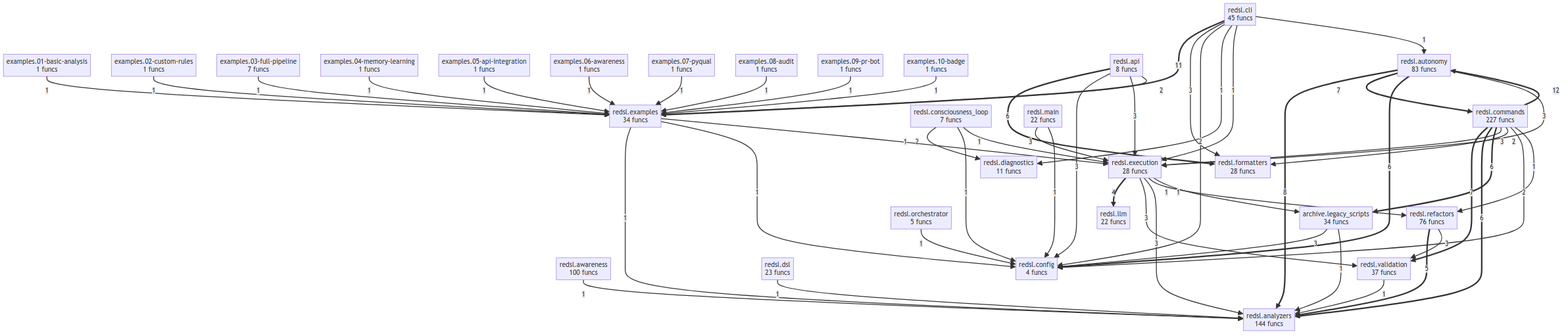
The Mermaid diagram project/compact_flow.png in semcod/redsl, before a commit. Its source is kept beside it as project/compact_flow.mmd.
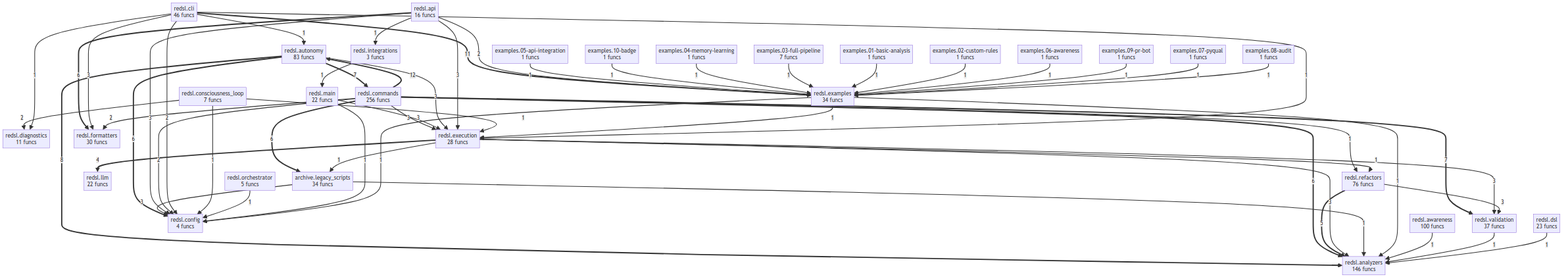
After the commit.

The edit, as a diff of the source:
```diff
@@ -10,19 +10,20 @@
     examples__08_audit["examples.08-audit<br/>1 funcs"]
     examples__09_pr_bot["examples.09-pr-bot<br/>1 funcs"]
     examples__10_badge["examples.10-badge<br/>1 funcs"]
-    redsl__analyzers["redsl.analyzers<br/>144 funcs"]
-    redsl__api["redsl.api<br/>8 funcs"]
+    redsl__analyzers["redsl.analyzers<br/>146 funcs"]
+    redsl__api["redsl.api<br/>16 funcs"]
     redsl__autonomy["redsl.autonomy<br/>83 funcs"]
     redsl__awareness["redsl.awareness<br/>100 funcs"]
-    redsl__cli["redsl.cli<br/>45 funcs"]
-    redsl__commands["redsl.commands<br/>227 funcs"]
+    redsl__cli["redsl.cli<br/>46 funcs"]
+    redsl__commands["redsl.commands<br/>256 funcs"]
     redsl__config["redsl.config<br/>4 funcs"]
     redsl__consciousness_loop["redsl.consciousness_loop<br/>7 funcs"]
     redsl__diagnostics["redsl.diagnostics<br/>11 funcs"]
     redsl__dsl["redsl.dsl<br/>23 funcs"]
     redsl__examples["redsl.examples<br/>34 funcs"]
     redsl__execution["redsl.execution<br/>28 funcs"]
-    redsl__formatters["redsl.formatters<br/>28 funcs"]
+    redsl__formatters["redsl.formatters<br/>30 funcs"]
+    redsl__integrations["redsl.integrations<br/>3 funcs"]
     redsl__llm["redsl.llm<br/>22 funcs"]
     redsl__main["redsl.main<br/>22 funcs"]
     redsl__orchestrator["redsl.orchestrator<br/>5 funcs"]
@@ -50,18 +51,18 @@
     redsl__api -->|3| redsl__config
     redsl__api -->|3| redsl__execution
     redsl__consciousness_loop -->|2| redsl__diagnostics
+    redsl__commands -->|2| redsl__config
     redsl__commands -->|2| redsl__formatters
-    redsl__commands -->|2| redsl__config
     redsl__cli -->|2| redsl__config
     redsl__api -->|2| redsl__examples
-    examples__09_pr_bot -->|1| redsl__examples
+    examples__05_api_integration -->|1| redsl__examples
     examples__10_badge -->|1| redsl__examples
-    examples__05_api_integration -->|1| redsl__examples
     examples__04_memory_learning -->|1| redsl__examples
+    examples__03_full_pipeline -->|1| redsl__examples
     examples__01_basic_analysis -->|1| redsl__examples
-    examples__03_full_pipeline -->|1| redsl__examples
     examples__02_custom_rules -->|1| redsl__examples
     examples__06_awareness -->|1| redsl__examples
+    examples__09_pr_bot -->|1| redsl__examples
     examples__07_pyqual -->|1| redsl__examples
     examples__08_audit -->|1| redsl__examples
     archive__legacy_scripts -->|1| redsl__analyzers
@@ -70,9 +71,9 @@
     redsl__orchestrator -->|1| redsl__config
     redsl__commands -->|1| redsl__refactors
     redsl__main -->|1| redsl__config
-    redsl__examples -->|1| redsl__analyzers
     redsl__examples -->|1| redsl__config
     redsl__examples -->|1| redsl__execution
+    redsl__examples -->|1| redsl__analyzers
     redsl__cli -->|1| redsl__diagnostics
     redsl__cli -->|1| redsl__execution
     redsl__cli -->|1| redsl__autonomy
@@ -80,4 +81,6 @@
     redsl__execution -->|1| archive__legacy_scripts
     redsl__awareness -->|1| redsl__analyzers
     redsl__validation -->|1| redsl__analyzers
+    redsl__api -->|1| redsl__integrations
+    redsl__integrations -->|1| redsl__main
     redsl__dsl -->|1| redsl__analyzers
```
